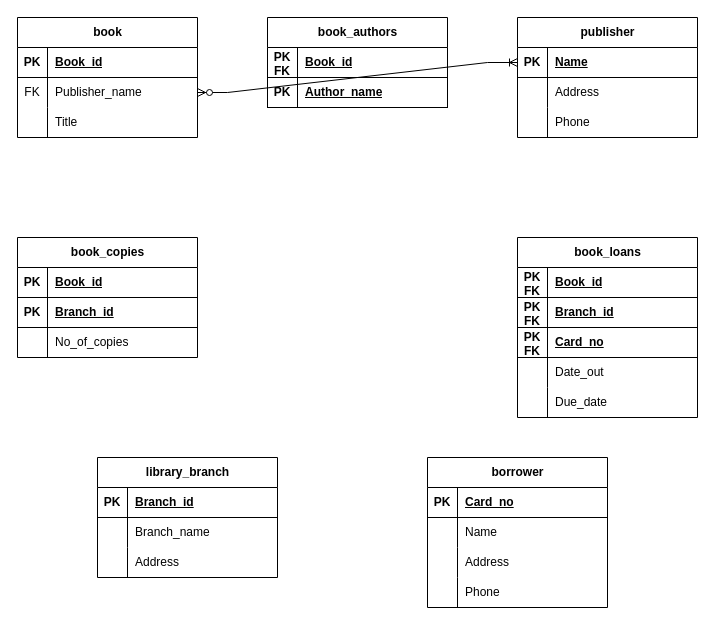
This is week3.drawio from GreenFella/databaseclass, a draw.io file, before an edit. Source tidied: cells renumbered, new cells numbered last; positions are measured from the earlier drawing's top-left corner, leaving out a move shared by most shapes. Both pictures are drawn from the tidied source at 100%, with x=0, y=0 at pixel (17, 17).
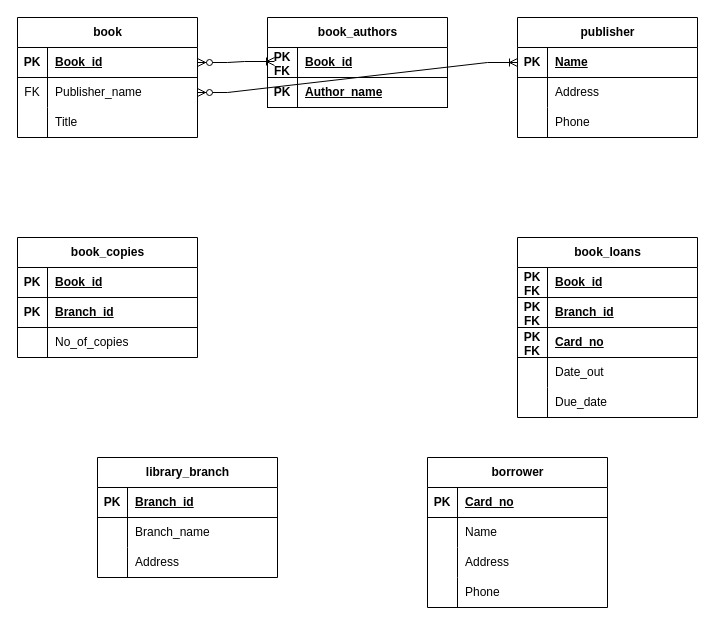
The same page after the edit.

The change refers to these unchanged cells:
```xml
<mxCell id="52" style="shape=tableRow;horizontal=0;startSize=0;swimlaneHead=0;swimlaneBody=0;fillColor=none;points=[[0,0.5],[1,0.5]];portConstraint=eastwest;top=0;left=0;right=0;bottom=1;" parent="51" vertex="1">
  <mxGeometry y="30" width="180" height="30" as="geometry" />
</mxCell>
<mxCell id="59" style="shape=tableRow;horizontal=0;startSize=0;swimlaneHead=0;swimlaneBody=0;fillColor=none;points=[[0,0.5],[1,0.5]];portConstraint=eastwest;top=0;left=0;right=0;bottom=1;" parent="58" vertex="1">
  <mxGeometry y="30" width="180" height="30" as="geometry" />
</mxCell>
```

Diff of the diagram source:
```diff
@@
+    <mxCell id="79" style="edgeStyle=entityRelationEdgeStyle;fontSize=12;html=1;endArrow=ERoneToMany;startArrow=ERzeroToMany;rounded=0;exitX=1;exitY=0.5;exitDx=0;exitDy=0;entryX=0.039;entryY=0.467;entryDx=0;entryDy=0;entryPerimeter=0;" parent="1" edge="1" source="59" target="52">
+      <mxGeometry relative="1" as="geometry">
+        <Array as="points">
+          <mxPoint x="510" y="54" />
+          <mxPoint x="370" y="140" />
+        </Array>
+      </mxGeometry>
+    </mxCell>
```
